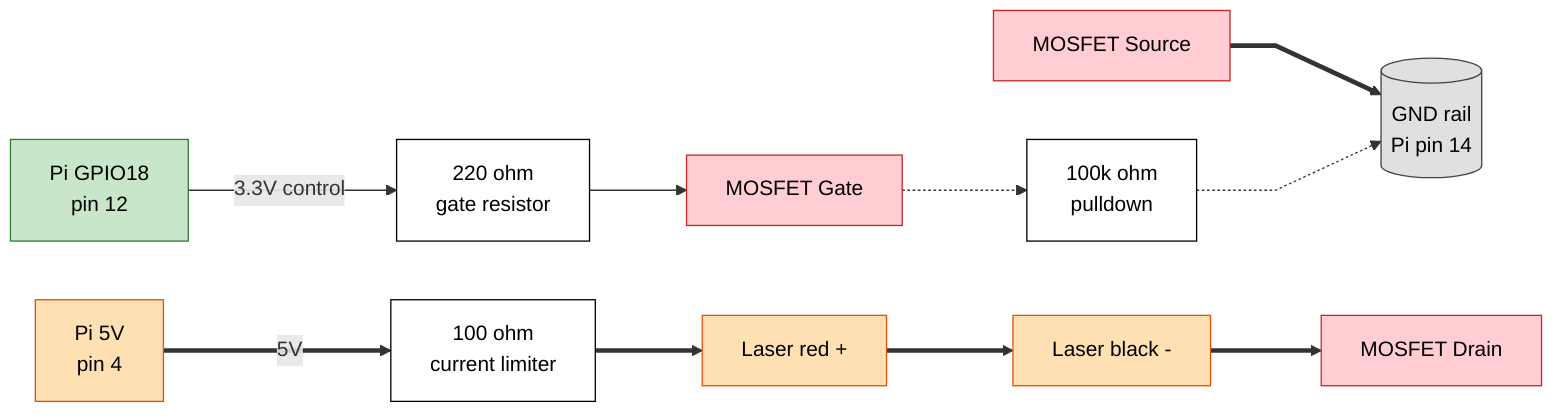
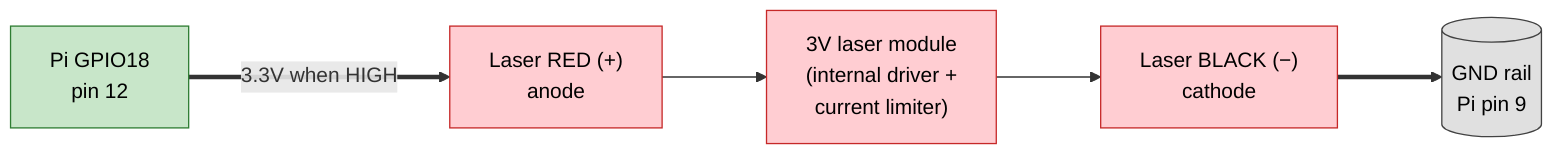
- %%{init: {'flowchart': {'curve': 'linear', 'nodeSpacing': 45, 'rankSpacing': 70}}}%%
+ %%{init: {'flowchart': {'curve': 'linear', 'nodeSpacing': 60, 'rankSpacing': 80}}}%%
flowchart LR
    classDef pi fill:#c8e6c9,stroke:#2e7d32,color:#000
-     classDef res fill:#fff,stroke:#000,color:#000
-     classDef mos fill:#ffcdd2,stroke:#c62828,color:#000
-     classDef power fill:#ffe0b2,stroke:#e65100,color:#000
+     classDef laser fill:#ffcdd2,stroke:#c62828,color:#000
    classDef gnd fill:#e0e0e0,stroke:#424242,color:#000

    Pin12["Pi GPIO18<br/>pin 12"]:::pi
-     R220["220 ohm<br/>gate resistor"]:::res
-     Gate["MOSFET Gate"]:::mos
-     R100k["100k ohm<br/>pulldown"]:::res
-     Drain["MOSFET Drain"]:::mos
-     Source["MOSFET Source"]:::mos
-     R100["100 ohm<br/>current limiter"]:::res
-     Pin4["Pi 5V<br/>pin 4"]:::power
-     LaserPos["Laser red +"]:::power
-     LaserNeg["Laser black -"]:::power
-     GND[("GND rail<br/>Pi pin 14")]:::gnd
+     LaserPos["Laser RED (+)<br/>anode"]:::laser
+     LaserBody["3V laser module<br/>(internal driver +<br/>current limiter)"]:::laser
+     LaserNeg["Laser BLACK (−)<br/>cathode"]:::laser
+     GND[("GND rail<br/>Pi pin 9")]:::gnd

-     Pin4 ==>|5V| R100
-     R100 ==> LaserPos
-     LaserPos ==> LaserNeg
-     LaserNeg ==> Drain
-     Source ==> GND
-     Pin12 -->|3.3V control| R220
-     R220 --> Gate
-     Gate -.-> R100k
-     R100k -.-> GND
+     Pin12 ==>|3.3V when HIGH| LaserPos
+     LaserPos --> LaserBody
+     LaserBody --> LaserNeg
+     LaserNeg ==> GND
